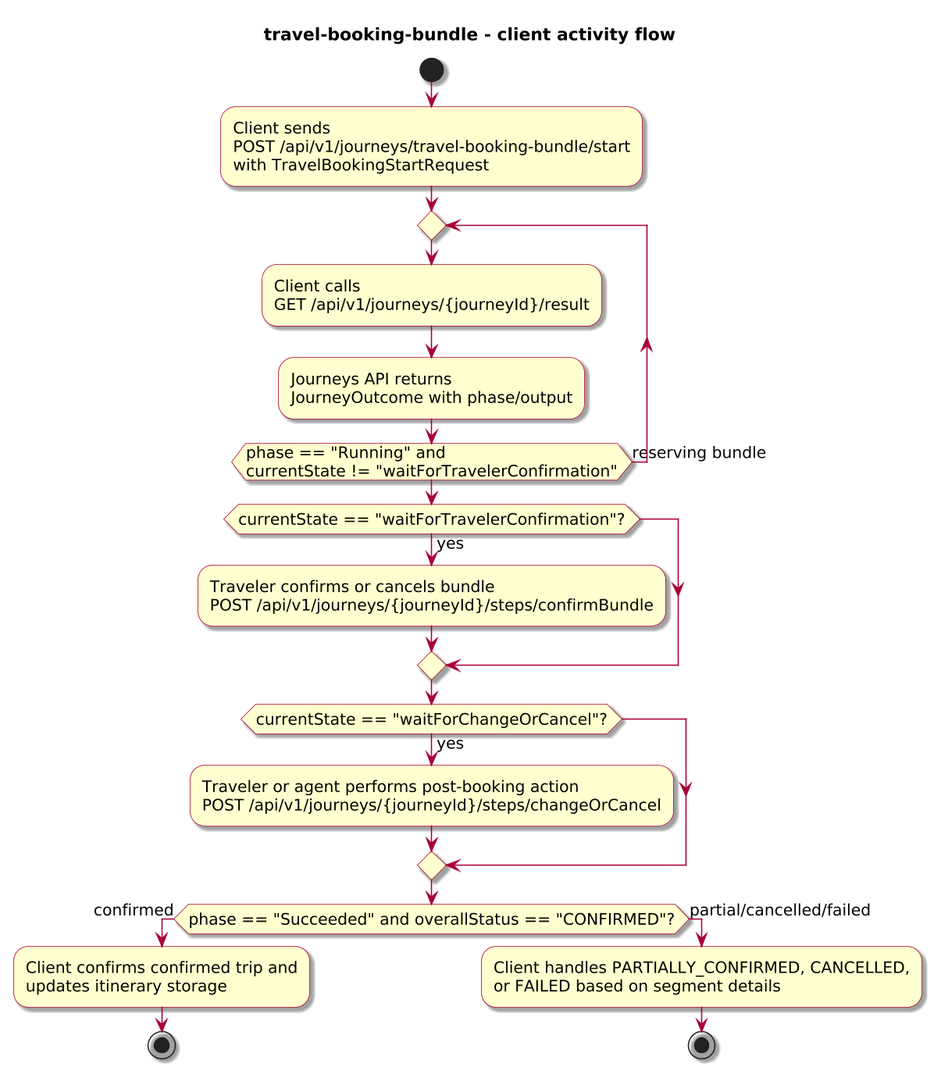
Above: docs/3-reference/examples/business/travel-booking-bundle/diagrams/travel-booking-bundle-activity.png in ivanstambuk/journeyforge (PlantUML), before the change. Source of this version:
```plantuml
@startuml
!include journey-diagram-theme.puml
title travel-booking-bundle - client activity flow

start

:Client sends\nPOST /api/v1/journeys/travel-booking-bundle/start\nwith TravelBookingStartRequest;

repeat
  :Client calls\nGET /api/v1/journeys/{journeyId}/result;
  :Journeys API returns\nJourneyOutcome with phase/output;
repeat while (phase == "Running" and\ncurrentState != "waitForTravelerConfirmation") is (reserving bundle)

if (currentState == "waitForTravelerConfirmation"?) then (yes)
  :Traveler confirms or cancels bundle\nPOST /api/v1/journeys/{journeyId}/steps/confirmBundle;
endif

if (currentState == "waitForChangeOrCancel"?) then (yes)
  :Traveler or agent performs post-booking action\nPOST /api/v1/journeys/{journeyId}/steps/changeOrCancel;
endif

if (phase == "Succeeded" and overallStatus == "CONFIRMED"?) then (confirmed)
  :Client confirms confirmed trip and\nupdates itinerary storage;
  stop
else (partial/cancelled/failed)
  :Client handles PARTIALLY_CONFIRMED, CANCELLED,\nor FAILED based on segment details;
  stop
endif

@enduml
```
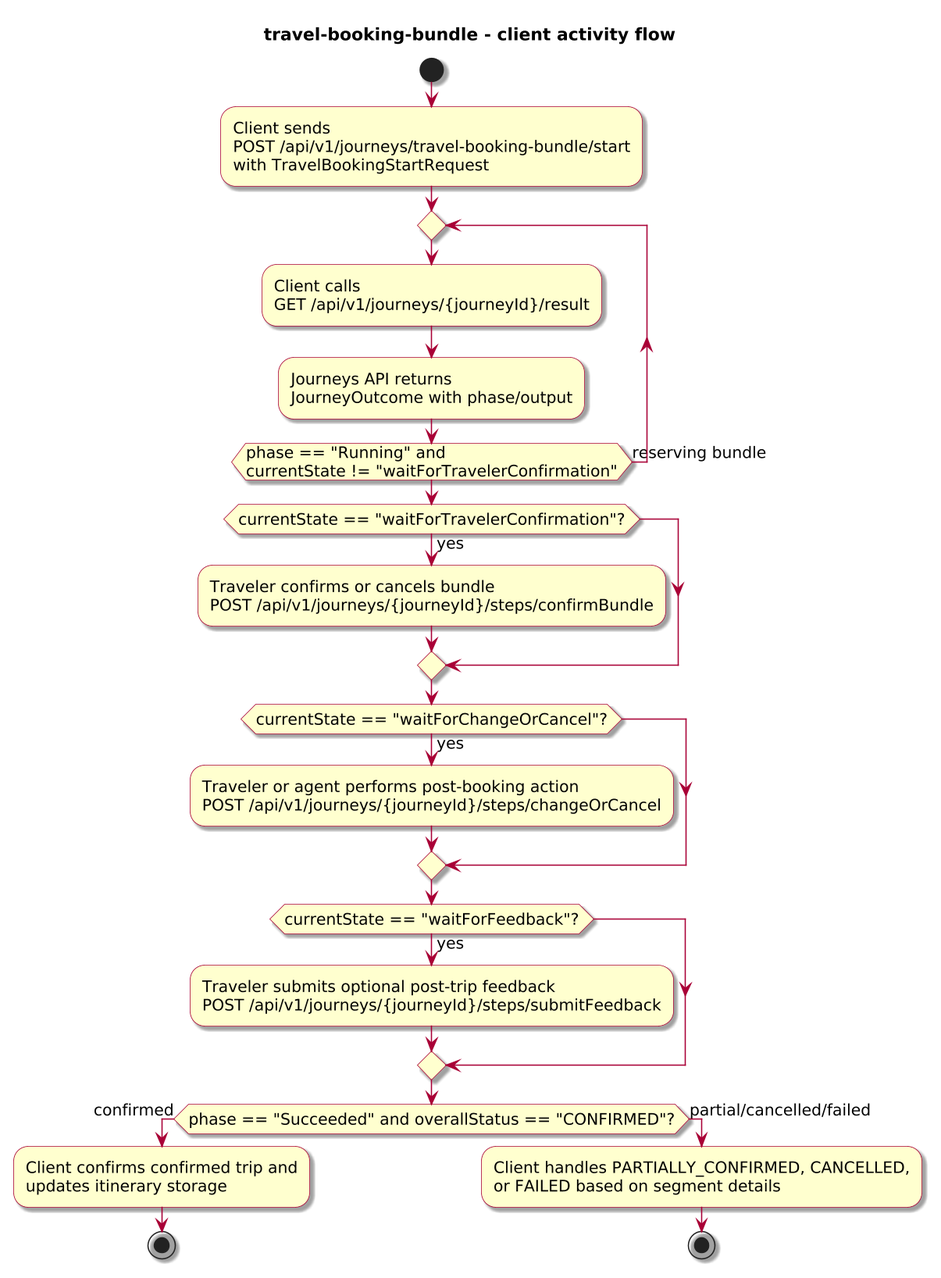
Above is the later version.

Diff of the diagram source:
```diff
@@ -19,6 +19,10 @@
   :Traveler or agent performs post-booking action\nPOST /api/v1/journeys/{journeyId}/steps/changeOrCancel;
 endif
 
+if (currentState == "waitForFeedback"?) then (yes)
+  :Traveler submits optional post-trip feedback\nPOST /api/v1/journeys/{journeyId}/steps/submitFeedback;
+endif
+
 if (phase == "Succeeded" and overallStatus == "CONFIRMED"?) then (confirmed)
   :Client confirms confirmed trip and\nupdates itinerary storage;
   stop
```
